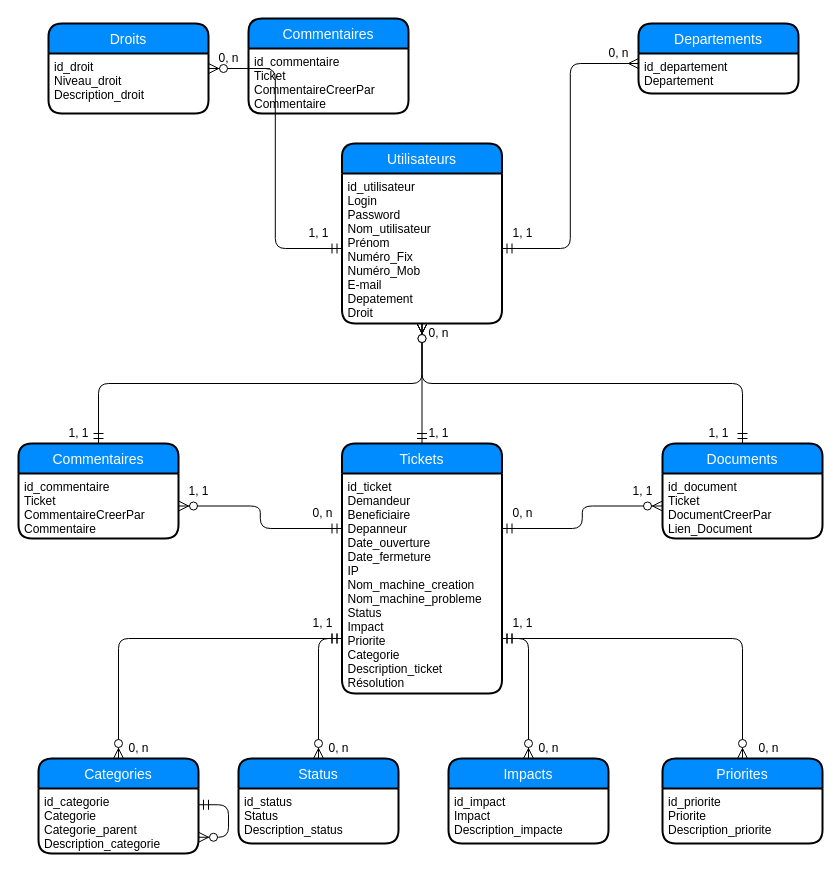
This is Base de données/MCD_MPTicket.drawio from Hero-Chan/Projet_Ticketing, a draw.io file, before an edit. Source tidied: cells renumbered, new cells numbered last; positions are measured from the earlier drawing's top-left corner, leaving out a move shared by most shapes. Both pictures are drawn from the tidied source at 100%, with x=0, y=0 at pixel (18, 18).
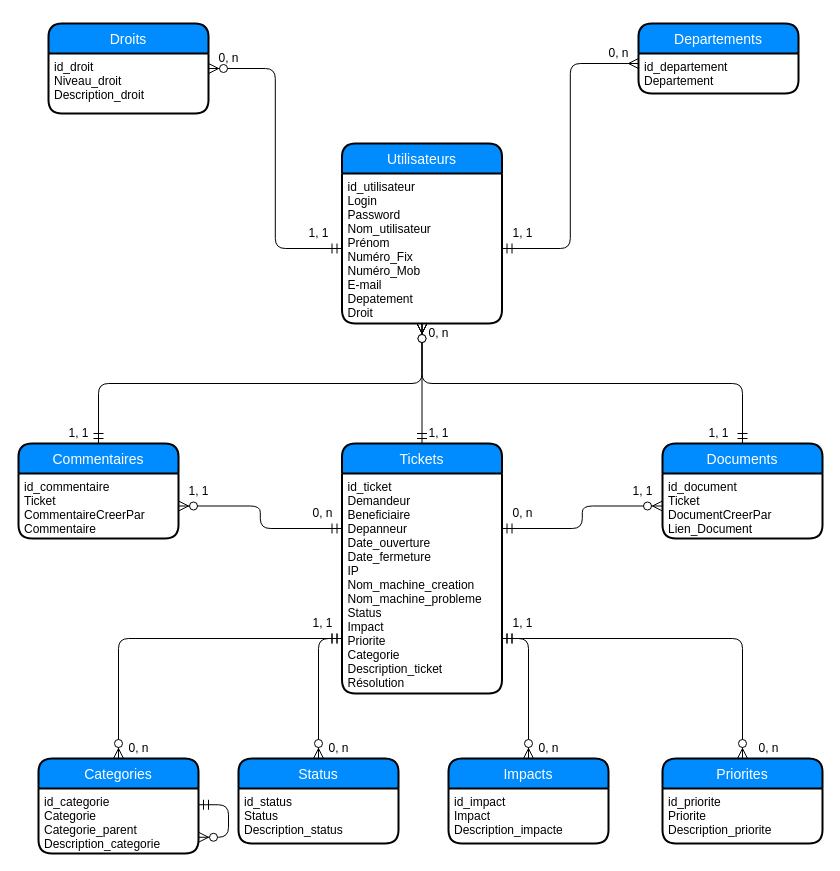
Above is the later version.

Commit message:
Mettre à jour MCD_MPTicket.drawio

Change to the diagram source:
```diff
@@
-    <mxCell id="47" value="Commentaires" style="swimlane;horizontal=1;startSize=30;fillColor=#008cff;fontColor=#FFFFFF;rounded=1;fontSize=14;fontStyle=0;strokeWidth=2;shadow=0;dashed=0;align=center;" parent="1" vertex="1">
-      <mxGeometry x="230" width="160" height="95" as="geometry" />
-    </mxCell>
-    <mxCell id="48" value="id_commentaire&#10;Ticket&#10;CommentaireCreerPar&#10;Commentaire&#10;" style="align=left;strokeColor=none;fillColor=none;spacingLeft=4;fontSize=12;verticalAlign=top;" parent="47" vertex="1">
-      <mxGeometry y="30" width="160" height="65" as="geometry" />
-    </mxCell>
```
